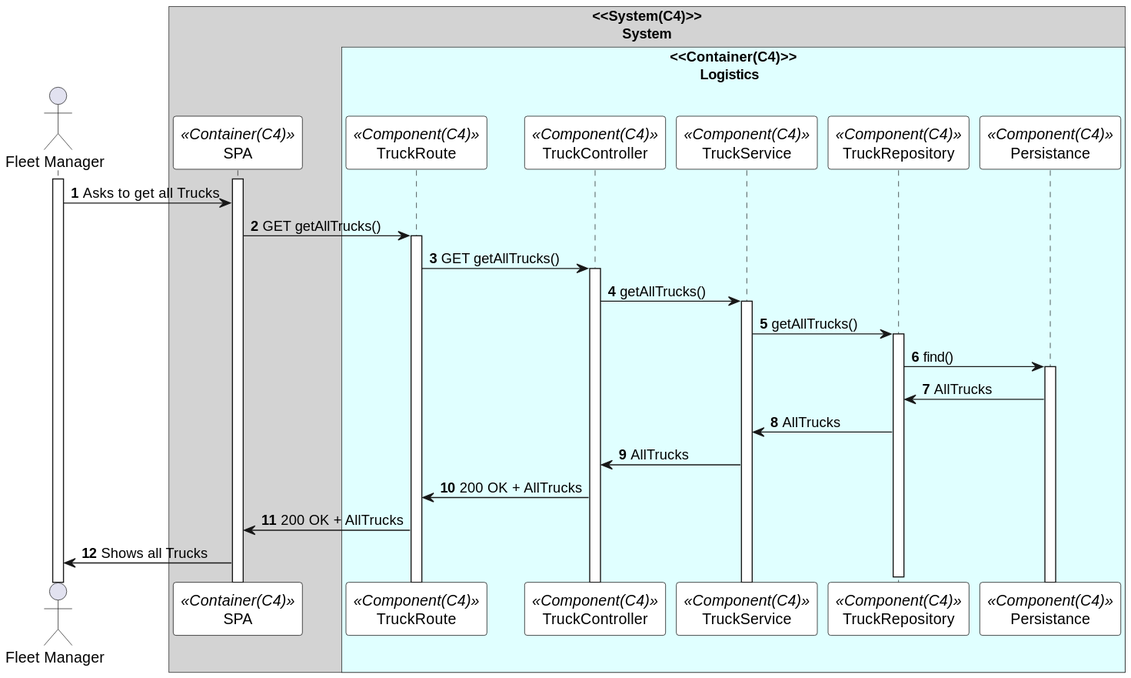
The PlantUML diagram Documents/Deployment Diagrams/Level 3 - Component/Process View/Truck/svg/getAllTrucksSD.svg in 0franciscor/dei_3dj_057, before a commit. Its diagram source:
```plantuml
@startuml getAllTrucksSD

autonumber
!pragma teoz true

skinparam sequence {
ParticipantBorderColor black
ParticipantBackgroundColor white
}

actor "Fleet Manager" as manager

box "<<System(C4)>>\n       System" #LightGray
participant SPA as  SPA <<Container(C4)>>
box "<<Container(C4)>>\n       Logistics" #LightCyan
participant TruckRoute as Route <<Component(C4)>>
participant TruckController as Controller <<Component(C4)>>
participant TruckService as Service <<Component(C4)>>
participant TruckRepository as Repository <<Component(C4)>>
participant Persistance as Persistance <<Component(C4)>>
end box



activate manager
activate SPA
manager -> SPA: Asks to get all Trucks



SPA -> Route: GET getAllTrucks()
activate Route
Route -> Controller: GET getAllTrucks()
activate Controller



Controller -> Service: getAllTrucks()
activate Service

Service -> Repository: getAllTrucks()
activate Repository
Repository -> Persistance: find()
activate Persistance



Persistance -> Repository: AllTrucks
Repository->Service: AllTrucks
Service -> Controller: AllTrucks

Controller->Route: 200 OK + AllTrucks
Route->SPA: 200 OK + AllTrucks

SPA->manager: Shows all Trucks
deactivate Repository





@enduml
```
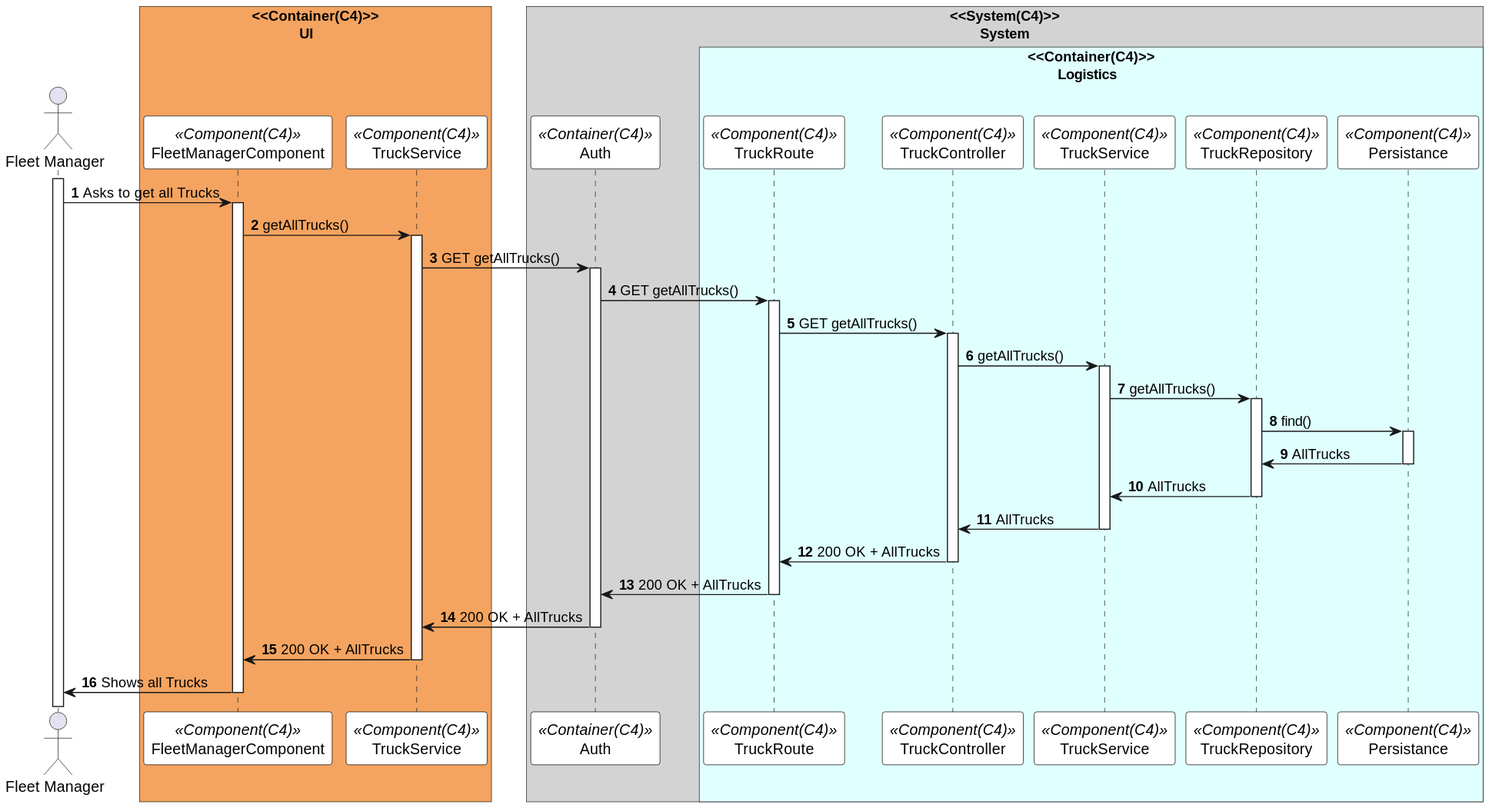
The same diagram one commit later.

The edit, as a diff of the source:
```diff
@@ -10,8 +10,13 @@
 
 actor "Fleet Manager" as manager
 
+box "<<Container(C4)>>\n           UI" #SandyBrown
+participant "FleetManagerComponent" as FleetManagerComponent <<Component(C4)>>
+participant "TruckService" as TruckService <<Component(C4)>>
+end box
+
 box "<<System(C4)>>\n       System" #LightGray
-participant SPA as  SPA <<Container(C4)>>
+participant Auth as  Auth <<Container(C4)>>
 box "<<Container(C4)>>\n       Logistics" #LightCyan
 participant TruckRoute as Route <<Component(C4)>>
 participant TruckController as Controller <<Component(C4)>>
@@ -23,12 +28,14 @@
 
 
 activate manager
-activate SPA
-manager -> SPA: Asks to get all Trucks
 
-
-
-SPA -> Route: GET getAllTrucks()
+manager -> FleetManagerComponent: Asks to get all Trucks
+activate FleetManagerComponent
+FleetManagerComponent -> TruckService: getAllTrucks()
+activate TruckService
+TruckService -> Auth: GET getAllTrucks()
+activate Auth
+Auth -> Route: GET getAllTrucks()
 activate Route
 Route -> Controller: GET getAllTrucks()
 activate Controller
@@ -46,14 +53,25 @@
 
 
 Persistance -> Repository: AllTrucks
+deactivate Persistance
 Repository->Service: AllTrucks
+deactivate Repository
+
 Service -> Controller: AllTrucks
+deactivate Service
+Controller->Route: 200 OK + AllTrucks
+deactivate Controller
+Route->Auth: 200 OK + AllTrucks
+deactivate Route
 
-Controller->Route: 200 OK + AllTrucks
-Route->SPA: 200 OK + AllTrucks
 
-SPA->manager: Shows all Trucks
-deactivate Repository
+Auth->TruckService: 200 OK + AllTrucks
+deactivate Auth
+TruckService->FleetManagerComponent: 200 OK + AllTrucks
+deactivate TruckService
+FleetManagerComponent->manager: Shows all Trucks
+deactivate FleetManagerComponent
+deactivate manager
 
 
 
```
